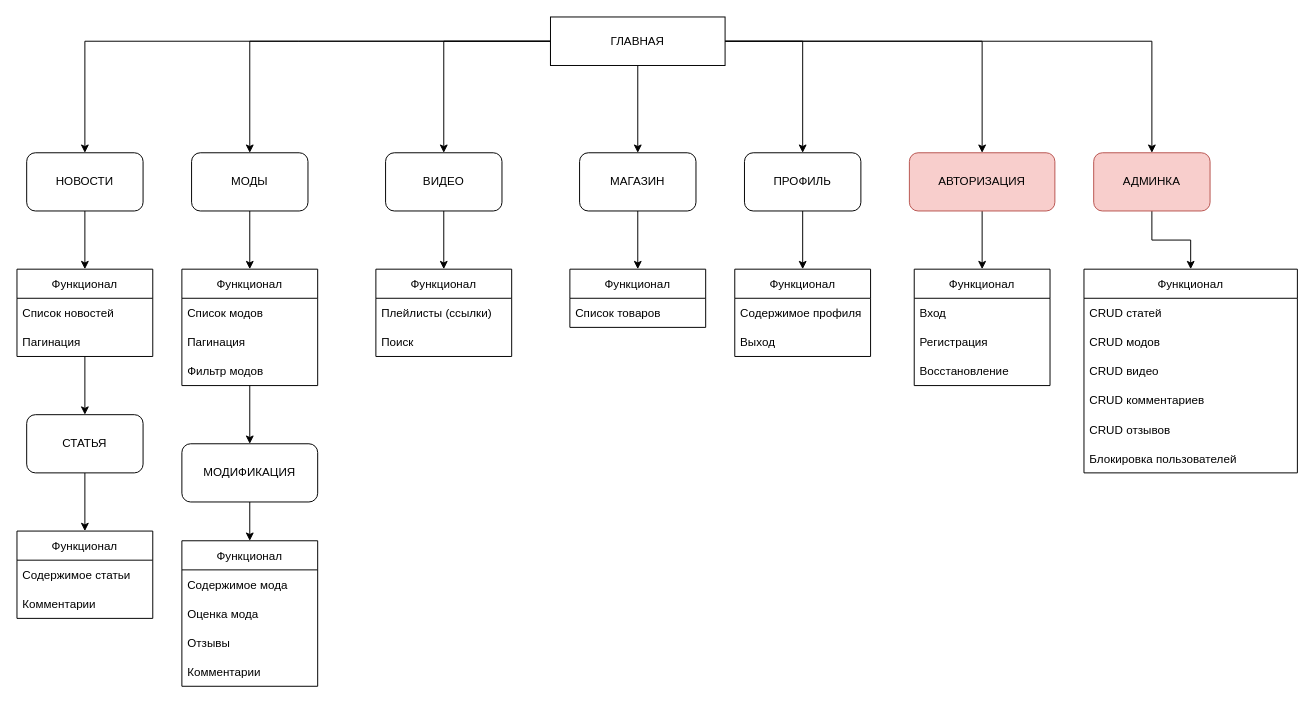
This is Архитектура.drawio from Shepych/Stalkerok, a draw.io file, before an edit. Source tidied: cells renumbered, new cells numbered last; positions are measured from the earlier drawing's top-left corner, leaving out a move shared by most shapes. Both pictures are drawn from the tidied source at 97%, with x=0, y=0 at pixel (16, 16).
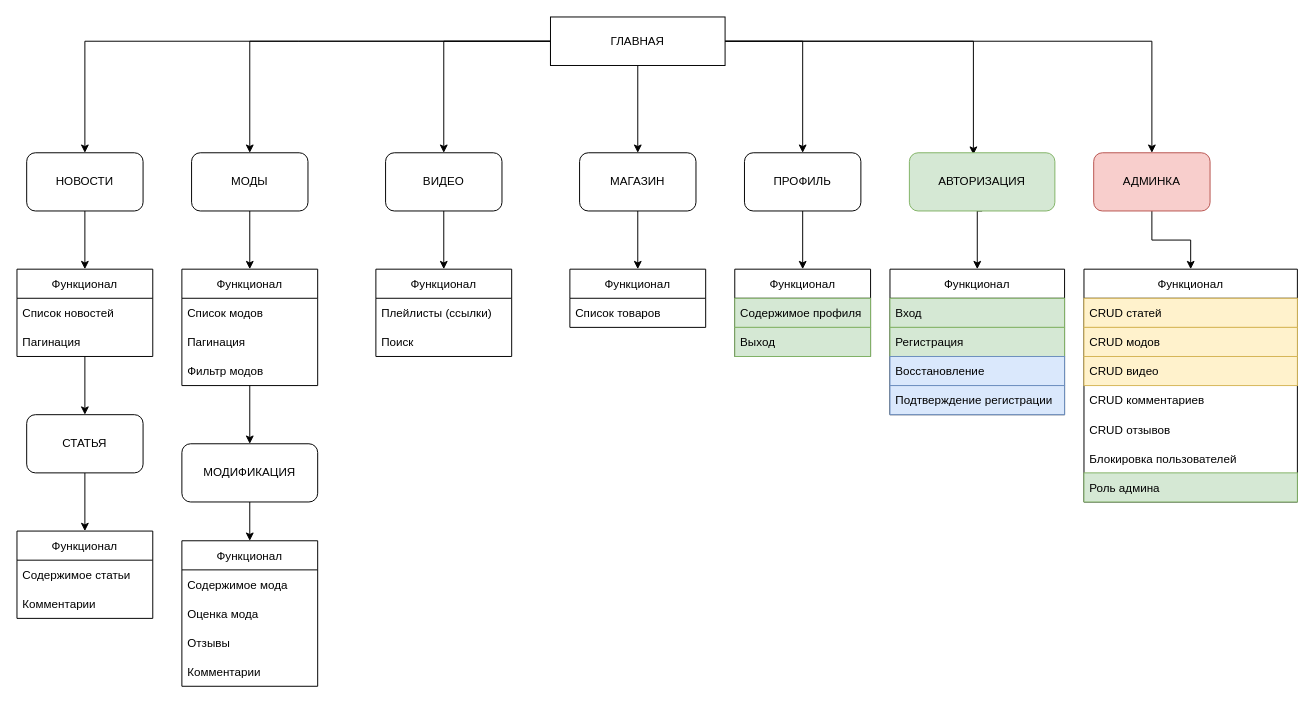
The same diagram, later.

The change refers to these unchanged cells:
```xml
<mxCell id="9" value="&lt;div&gt;ГЛАВНАЯ&lt;/div&gt;" style="rounded=0;whiteSpace=wrap;html=1;" parent="1" vertex="1">
  <mxGeometry x="550" width="180" height="50" as="geometry" />
</mxCell>
<mxCell id="52" value="Функционал" style="swimlane;fontStyle=0;horizontal=1;startSize=30;" parent="1" vertex="1">
  <mxGeometry x="740" y="260" width="140" height="90" as="geometry" />
</mxCell>
<mxCell id="56" value="АДМИНКА" style="rounded=1;whiteSpace=wrap;html=1;fillColor=#f8cecc;strokeColor=#b85450;" parent="1" vertex="1">
  <mxGeometry x="1110" y="140" width="120" height="60" as="geometry" />
</mxCell>
```

Change to the diagram source:
```diff
@@
+    <mxCell id="8" style="edgeStyle=orthogonalEdgeStyle;rounded=0;jettySize=auto;html=1;exitX=1;exitY=0.5;exitDx=0;exitDy=0;entryX=0.5;entryY=0;entryDx=0;entryDy=0;" parent="1" edge="1" source="9" target="56">
+      <mxGeometry relative="1" as="geometry" />
+    </mxCell>
-    <mxCell id="7" style="edgeStyle=orthogonalEdgeStyle;rounded=0;jettySize=auto;html=1;exitX=1;exitY=0.5;exitDx=0;exitDy=0;entryX=0.5;entryY=0;entryDx=0;entryDy=0;" parent="1" edge="1" source="9" target="47">
+    <mxCell id="7" style="edgeStyle=orthogonalEdgeStyle;rounded=0;jettySize=auto;html=1;exitX=1;exitY=0.5;exitDx=0;exitDy=0;entryX=0.44;entryY=0.033;entryDx=0;entryDy=0;entryPerimeter=0;" parent="1" edge="1" source="9" target="47">
       <mxGeometry relative="1" as="geometry" />
     </mxCell>
-    <mxCell id="8" style="edgeStyle=orthogonalEdgeStyle;rounded=0;jettySize=auto;html=1;exitX=1;exitY=0.5;exitDx=0;exitDy=0;entryX=0.5;entryY=0;entryDx=0;entryDy=0;" parent="1" edge="1" source="9" target="56">
-      <mxGeometry relative="1" as="geometry" />
-    </mxCell>
@@
     <mxCell id="46" style="edgeStyle=orthogonalEdgeStyle;rounded=0;jettySize=auto;html=1;exitX=0.5;exitY=1;exitDx=0;exitDy=0;entryX=0.5;entryY=0;entryDx=0;entryDy=0;" parent="1" edge="1" source="47" target="48">
-      <mxGeometry relative="1" as="geometry" />
+      <mxGeometry relative="1" as="geometry">
+        <Array as="points">
+          <mxPoint x="990" y="200" />
+        </Array>
+      </mxGeometry>
     </mxCell>
-    <mxCell id="47" value="АВТОРИЗАЦИЯ" style="rounded=1;whiteSpace=wrap;html=1;fillColor=#f8cecc;strokeColor=#b85450;" parent="1" vertex="1">
+    <mxCell id="47" value="АВТОРИЗАЦИЯ" style="rounded=1;whiteSpace=wrap;html=1;fillColor=#d5e8d4;strokeColor=#82b366;" parent="1" vertex="1">
       <mxGeometry x="920" y="140" width="150" height="60" as="geometry" />
     </mxCell>
     <mxCell id="48" value="Функционал" style="swimlane;fontStyle=0;horizontal=1;startSize=30;" parent="1" vertex="1">
-      <mxGeometry x="925" y="260" width="140" height="120" as="geometry" />
+      <mxGeometry x="900" y="260" width="180" height="150" as="geometry" />
     </mxCell>
-    <mxCell id="49" value="Вход" style="text;strokeColor=none;fillColor=none;align=left;verticalAlign=middle;spacingLeft=4;spacingRight=4;overflow=hidden;" parent="48" vertex="1">
-      <mxGeometry y="30" width="140" height="30" as="geometry" />
+    <mxCell id="49" value="Вход" style="text;strokeColor=#82b366;fillColor=#d5e8d4;align=left;verticalAlign=middle;spacingLeft=4;spacingRight=4;overflow=hidden;" parent="48" vertex="1">
+      <mxGeometry y="30" width="180" height="30" as="geometry" />
     </mxCell>
-    <mxCell id="50" value="Регистрация" style="text;strokeColor=none;fillColor=none;align=left;verticalAlign=middle;spacingLeft=4;spacingRight=4;overflow=hidden;" parent="48" vertex="1">
-      <mxGeometry y="60" width="140" height="30" as="geometry" />
+    <mxCell id="50" value="Регистрация" style="text;strokeColor=#82b366;fillColor=#d5e8d4;align=left;verticalAlign=middle;spacingLeft=4;spacingRight=4;overflow=hidden;" parent="48" vertex="1">
+      <mxGeometry y="60" width="180" height="30" as="geometry" />
     </mxCell>
+    <mxCell id="64" value="Восстановление" style="text;strokeColor=#6c8ebf;fillColor=#dae8fc;align=left;verticalAlign=middle;spacingLeft=4;spacingRight=4;overflow=hidden;" parent="48" vertex="1">
+      <mxGeometry y="90" width="180" height="30" as="geometry" />
+    </mxCell>
-    <mxCell id="51" value="Восстановление" style="text;strokeColor=none;fillColor=none;align=left;verticalAlign=middle;spacingLeft=4;spacingRight=4;overflow=hidden;" parent="48" vertex="1">
-      <mxGeometry y="90" width="140" height="30" as="geometry" />
+    <mxCell id="51" value="Подтверждение регистрации" style="text;strokeColor=#6c8ebf;fillColor=#dae8fc;align=left;verticalAlign=middle;spacingLeft=4;spacingRight=4;overflow=hidden;" parent="48" vertex="1">
+      <mxGeometry y="120" width="180" height="30" as="geometry" />
     </mxCell>
@@
-    <mxCell id="53" value="Содержимое профиля" style="text;strokeColor=none;fillColor=none;align=left;verticalAlign=middle;spacingLeft=4;spacingRight=4;overflow=hidden;" parent="52" vertex="1">
+    <mxCell id="53" value="Содержимое профиля" style="text;strokeColor=#82b366;fillColor=#d5e8d4;align=left;verticalAlign=middle;spacingLeft=4;spacingRight=4;overflow=hidden;" parent="52" vertex="1">
       <mxGeometry y="30" width="140" height="30" as="geometry" />
     </mxCell>
-    <mxCell id="54" value="Выход" style="text;strokeColor=none;fillColor=none;align=left;verticalAlign=middle;spacingLeft=4;spacingRight=4;overflow=hidden;" parent="52" vertex="1">
+    <mxCell id="54" value="Выход" style="text;strokeColor=#82b366;fillColor=#d5e8d4;align=left;verticalAlign=middle;spacingLeft=4;spacingRight=4;overflow=hidden;" parent="52" vertex="1">
       <mxGeometry y="60" width="140" height="30" as="geometry" />
     </mxCell>
@@
     <mxCell id="57" value="Функционал" style="swimlane;fontStyle=0;horizontal=1;startSize=30;" parent="1" vertex="1">
-      <mxGeometry x="1100" y="260" width="220" height="210" as="geometry" />
+      <mxGeometry x="1100" y="260" width="220" height="240" as="geometry" />
     </mxCell>
-    <mxCell id="58" value="CRUD статей" style="text;strokeColor=none;fillColor=none;align=left;verticalAlign=middle;spacingLeft=4;spacingRight=4;overflow=hidden;" parent="57" vertex="1">
+    <mxCell id="58" value="CRUD статей" style="text;strokeColor=#d6b656;fillColor=#fff2cc;align=left;verticalAlign=middle;spacingLeft=4;spacingRight=4;overflow=hidden;" parent="57" vertex="1">
       <mxGeometry y="30" width="220" height="30" as="geometry" />
     </mxCell>
-    <mxCell id="59" value="CRUD модов" style="text;strokeColor=none;fillColor=none;align=left;verticalAlign=middle;spacingLeft=4;spacingRight=4;overflow=hidden;" parent="57" vertex="1">
+    <mxCell id="59" value="CRUD модов" style="text;strokeColor=#d6b656;fillColor=#fff2cc;align=left;verticalAlign=middle;spacingLeft=4;spacingRight=4;overflow=hidden;" parent="57" vertex="1">
       <mxGeometry y="60" width="220" height="30" as="geometry" />
     </mxCell>
-    <mxCell id="60" value="CRUD видео" style="text;strokeColor=none;fillColor=none;align=left;verticalAlign=middle;spacingLeft=4;spacingRight=4;overflow=hidden;" parent="57" vertex="1">
+    <mxCell id="60" value="CRUD видео" style="text;strokeColor=#d6b656;fillColor=#fff2cc;align=left;verticalAlign=middle;spacingLeft=4;spacingRight=4;overflow=hidden;" parent="57" vertex="1">
       <mxGeometry y="90" width="220" height="30" as="geometry" />
     </mxCell>
-    <mxCell id="61" value="CRUD комментариев" style="text;strokeColor=none;fillColor=none;align=left;verticalAlign=middle;spacingLeft=4;spacingRight=4;overflow=hidden;" parent="57" vertex="1">
+    <mxCell id="61" value="CRUD комментариев" style="text;align=left;verticalAlign=middle;spacingLeft=4;spacingRight=4;overflow=hidden;" parent="57" vertex="1">
       <mxGeometry y="120" width="220" height="30" as="geometry" />
     </mxCell>
@@
+    <mxCell id="65" value="Блокировка пользователей" style="text;strokeColor=none;fillColor=none;align=left;verticalAlign=middle;spacingLeft=4;spacingRight=4;overflow=hidden;" parent="57" vertex="1">
+      <mxGeometry y="180" width="220" height="30" as="geometry" />
+    </mxCell>
-    <mxCell id="63" value="Блокировка пользователей" style="text;strokeColor=none;fillColor=none;align=left;verticalAlign=middle;spacingLeft=4;spacingRight=4;overflow=hidden;" parent="57" vertex="1">
-      <mxGeometry y="180" width="220" height="30" as="geometry" />
+    <mxCell id="63" value="Роль админа" style="text;strokeColor=#82b366;fillColor=#d5e8d4;align=left;verticalAlign=middle;spacingLeft=4;spacingRight=4;overflow=hidden;" parent="57" vertex="1">
+      <mxGeometry y="210" width="220" height="30" as="geometry" />
     </mxCell>
```
